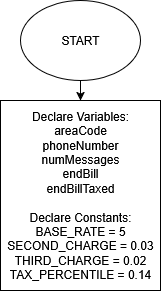
This is Module 6 - Exercise 1 - Connor Bowles.drawio.png from CBowles10/SDEV_120_FALL2025_CBOWLES, a draw.io export, as it was before one commit. Source tidied: cells renumbered, new cells last; positions are measured from the earlier drawing's top-left corner, leaving out a move shared by most shapes. Its diagram source:
```xml
<mxGraphModel>
  <root>
    <mxCell id="0" />
    <mxCell id="1" parent="0" />
    <mxCell id="2" style="edgeStyle=orthogonalEdgeStyle;rounded=0;jettySize=auto;html=1;" parent="1" edge="1" source="3" target="4">
      <mxGeometry relative="1" as="geometry" />
    </mxCell>
    <mxCell id="3" value="START" style="ellipse;whiteSpace=wrap;html=1;" parent="1" vertex="1">
      <mxGeometry x="20" width="120" height="80" as="geometry" />
    </mxCell>
    <mxCell id="4" value="Declare Variables:&lt;br&gt;areaCode&lt;br&gt;phoneNumber&lt;br&gt;numMessages&lt;br&gt;endBill&lt;br&gt;endBillTaxed&lt;br&gt;&lt;br&gt;Declare Constants:&lt;br&gt;BASE_RATE = 5&lt;br&gt;SECOND_CHARGE = 0.03&lt;br&gt;THIRD_CHARGE = 0.02&lt;br&gt;TAX_PERCENTILE = 0.14" style="rounded=0;whiteSpace=wrap;html=1;" parent="1" vertex="1">
      <mxGeometry y="100" width="160" height="190" as="geometry" />
    </mxCell>
  </root>
</mxGraphModel>
```
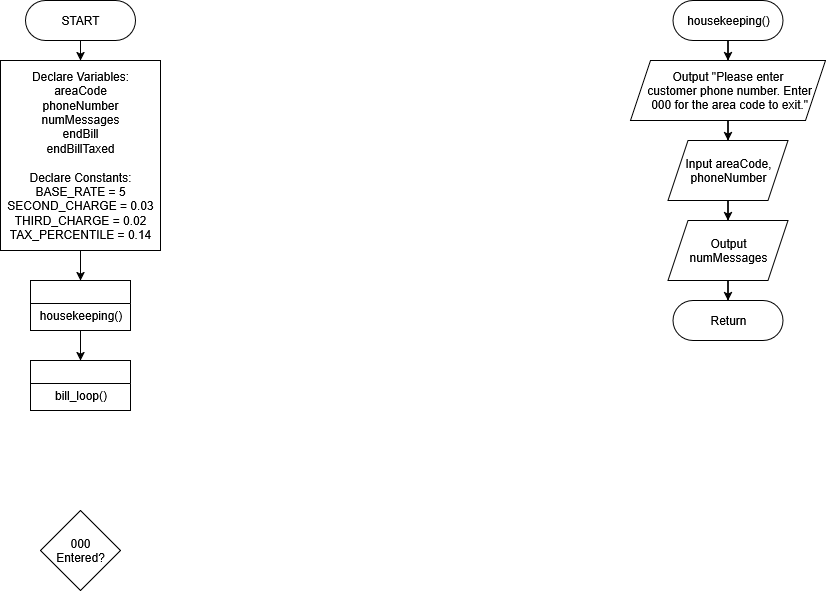
The same diagram one commit later.

The edit, as a diff of the source:
```diff
@@ -2,14 +2,64 @@
   <root>
     <mxCell id="0" />
     <mxCell id="1" parent="0" />
+    <mxCell id="5" style="edgeStyle=orthogonalEdgeStyle;rounded=0;jettySize=auto;html=1;exitX=0.5;exitY=1;exitDx=0;exitDy=0;entryX=0.5;entryY=0;entryDx=0;entryDy=0;" parent="1" edge="1" source="4" target="6">
+      <mxGeometry relative="1" as="geometry" />
+    </mxCell>
+    <mxCell id="4" value="Declare Variables:&lt;br&gt;areaCode&lt;br&gt;phoneNumber&lt;br&gt;numMessages&lt;br&gt;endBill&lt;br&gt;endBillTaxed&lt;br&gt;&lt;br&gt;Declare Constants:&lt;br&gt;BASE_RATE = 5&lt;br&gt;SECOND_CHARGE = 0.03&lt;br&gt;THIRD_CHARGE = 0.02&lt;br&gt;TAX_PERCENTILE = 0.14" style="rounded=0;whiteSpace=wrap;html=1;" parent="1" vertex="1">
+      <mxGeometry y="70" width="160" height="190" as="geometry" />
+    </mxCell>
+    <mxCell id="6" style="swimlane;whiteSpace=wrap;html=1;" parent="1" vertex="1">
+      <mxGeometry x="30" y="290" width="100" height="50" as="geometry" />
+    </mxCell>
+    <mxCell id="7" value="housekeeping()" style="text;html=1;align=center;verticalAlign=middle;points=[];strokeColor=none;fillColor=none;" parent="6" vertex="1">
+      <mxGeometry x="-5" y="20" width="110" height="30" as="geometry" />
+    </mxCell>
+    <mxCell id="8" style="edgeStyle=orthogonalEdgeStyle;rounded=0;jettySize=auto;html=1;" parent="1" edge="1" source="9" target="11">
+      <mxGeometry relative="1" as="geometry" />
+    </mxCell>
+    <mxCell id="9" value="housekeeping()" style="rounded=1;whiteSpace=wrap;html=1;arcSize=50;" parent="1" vertex="1">
+      <mxGeometry x="672.5" y="10" width="110" height="40" as="geometry" />
+    </mxCell>
+    <mxCell id="10" style="edgeStyle=orthogonalEdgeStyle;rounded=0;jettySize=auto;html=1;" parent="1" edge="1" source="11" target="13">
+      <mxGeometry relative="1" as="geometry" />
+    </mxCell>
+    <mxCell id="11" value="Output &quot;Please enter&lt;br&gt;&amp;nbsp;customer phone number. Enter&lt;br&gt;&amp;nbsp;000 for the area code to exit.&quot;" style="shape=parallelogram;perimeter=parallelogramPerimeter;whiteSpace=wrap;html=1;fixedSize=1;" parent="1" vertex="1">
+      <mxGeometry x="630" y="70" width="195" height="60" as="geometry" />
+    </mxCell>
+    <mxCell id="12" style="edgeStyle=orthogonalEdgeStyle;rounded=0;jettySize=auto;html=1;" parent="1" edge="1" source="13" target="16">
+      <mxGeometry relative="1" as="geometry" />
+    </mxCell>
+    <mxCell id="13" value="Input areaCode, phoneNumber" style="shape=parallelogram;perimeter=parallelogramPerimeter;whiteSpace=wrap;html=1;fixedSize=1;" parent="1" vertex="1">
+      <mxGeometry x="667.5" y="150" width="120" height="60" as="geometry" />
+    </mxCell>
+    <mxCell id="14" value="Return" style="rounded=1;whiteSpace=wrap;html=1;arcSize=50;" parent="1" vertex="1">
+      <mxGeometry x="672.5" y="310" width="110" height="40" as="geometry" />
+    </mxCell>
     <mxCell id="2" style="edgeStyle=orthogonalEdgeStyle;rounded=0;jettySize=auto;html=1;" parent="1" edge="1" source="3" target="4">
       <mxGeometry relative="1" as="geometry" />
     </mxCell>
-    <mxCell id="3" value="START" style="ellipse;whiteSpace=wrap;html=1;" parent="1" vertex="1">
-      <mxGeometry x="20" width="120" height="80" as="geometry" />
+    <mxCell id="3" value="START" style="rounded=1;whiteSpace=wrap;html=1;arcSize=50;" parent="1" vertex="1">
+      <mxGeometry x="25" y="10" width="110" height="40" as="geometry" />
     </mxCell>
-    <mxCell id="4" value="Declare Variables:&lt;br&gt;areaCode&lt;br&gt;phoneNumber&lt;br&gt;numMessages&lt;br&gt;endBill&lt;br&gt;endBillTaxed&lt;br&gt;&lt;br&gt;Declare Constants:&lt;br&gt;BASE_RATE = 5&lt;br&gt;SECOND_CHARGE = 0.03&lt;br&gt;THIRD_CHARGE = 0.02&lt;br&gt;TAX_PERCENTILE = 0.14" style="rounded=0;whiteSpace=wrap;html=1;" parent="1" vertex="1">
-      <mxGeometry y="100" width="160" height="190" as="geometry" />
-    </mxCell>
+    <mxCell id="15" style="edgeStyle=orthogonalEdgeStyle;rounded=0;jettySize=auto;html=1;" parent="1" edge="1" source="16" target="14">
+      <mxGeometry relative="1" as="geometry" />
+    </mxCell>
+    <mxCell id="16" value="Output&lt;br&gt;numMessages" style="shape=parallelogram;perimeter=parallelogramPerimeter;whiteSpace=wrap;html=1;fixedSize=1;" parent="1" vertex="1">
+      <mxGeometry x="667.5" y="230" width="120" height="60" as="geometry" />
+    </mxCell>
+    <mxCell id="17" style="swimlane;whiteSpace=wrap;html=1;" parent="1" vertex="1">
+      <mxGeometry x="30" y="370" width="100" height="50" as="geometry" />
+    </mxCell>
+    <mxCell id="18" value="bill_loop()" style="text;html=1;align=center;verticalAlign=middle;strokeColor=none;fillColor=none;" parent="17" vertex="1">
+      <mxGeometry x="10" y="20" width="80" height="30" as="geometry" />
+    </mxCell>
+    <mxCell id="19" style="edgeStyle=orthogonalEdgeStyle;rounded=0;jettySize=auto;html=1;" parent="1" edge="1" source="7">
+      <mxGeometry relative="1" as="geometry">
+        <mxPoint x="80" y="370" as="targetPoint" />
+      </mxGeometry>
+    </mxCell>
+    <mxCell id="20" value="000&lt;br&gt;Entered?" style="rhombus;whiteSpace=wrap;html=1;" parent="1" vertex="1">
+      <mxGeometry x="40" y="520" width="80" height="80" as="geometry" />
+    </mxCell>
   </root>
 </mxGraphModel>
```
